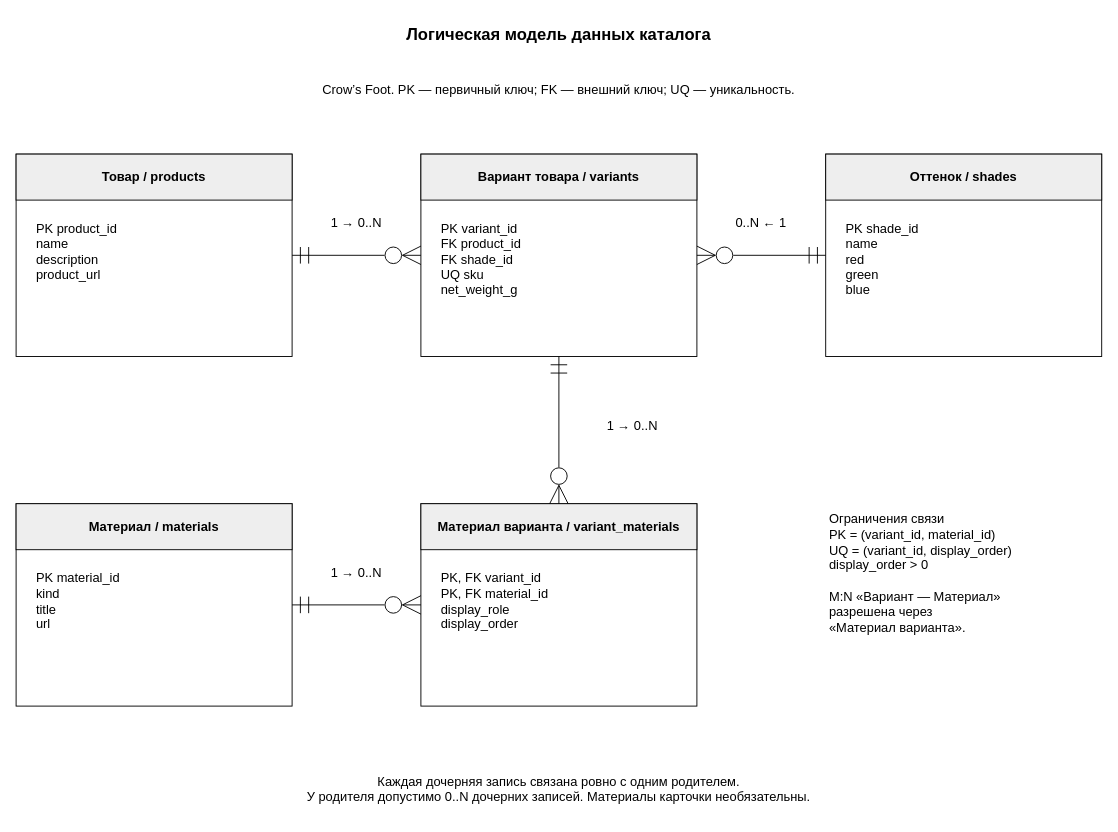
Earlier version of the draw.io diagram models/er_logical.drawio (waitefy/retail-ar-practice). Source tidied: cells renumbered, new cells numbered last; positions are measured from the earlier drawing's top-left corner, leaving out a move shared by most shapes. Both pictures are drawn from the tidied source at 92%, with x=0, y=0 at pixel (16, 16).
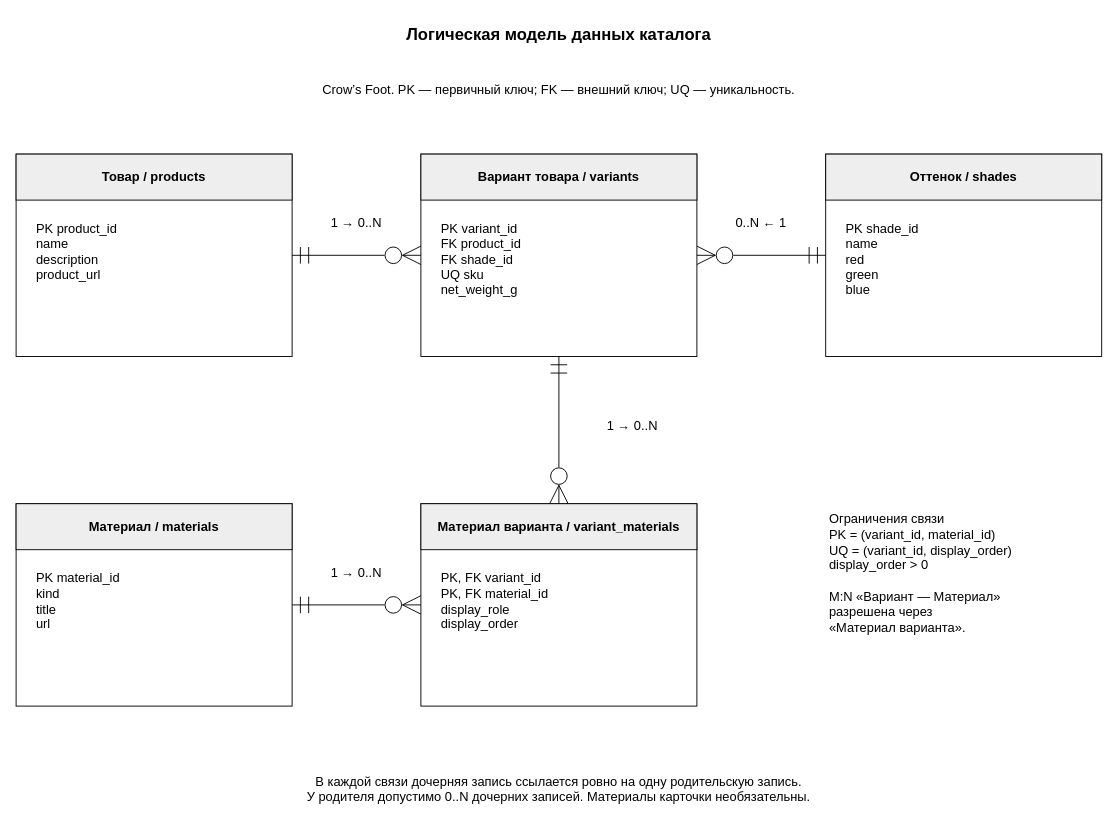
After the change.

The edit, as a diff of the source:
```diff
@@
-    <mxCell id="28" value="Каждая дочерняя запись связана ровно с одним родителем.&#10;У родителя допустимо 0..N дочерних записей. Материалы карточки необязательны." style="shape=rectangle;whiteSpace=wrap;html=0;align=center;verticalAlign=middle;fontFamily=Arial;fontSize=14;strokeColor=none;fillColor=none;strokeWidth=1;spacing=4;fontStyle=0;rounded=0;" parent="1" vertex="1">
+    <mxCell id="28" value="В каждой связи дочерняя запись ссылается ровно на одну родительскую запись.&#10;У родителя допустимо 0..N дочерних записей. Материалы карточки необязательны." style="shape=rectangle;whiteSpace=wrap;html=0;align=center;verticalAlign=middle;fontFamily=Arial;fontSize=14;strokeColor=none;fillColor=none;strokeWidth=1;spacing=4;fontStyle=0;rounded=0;" parent="1" vertex="1">
       <mxGeometry x="40" y="810" width="1100" height="60" as="geometry" />
     </mxCell>
```
